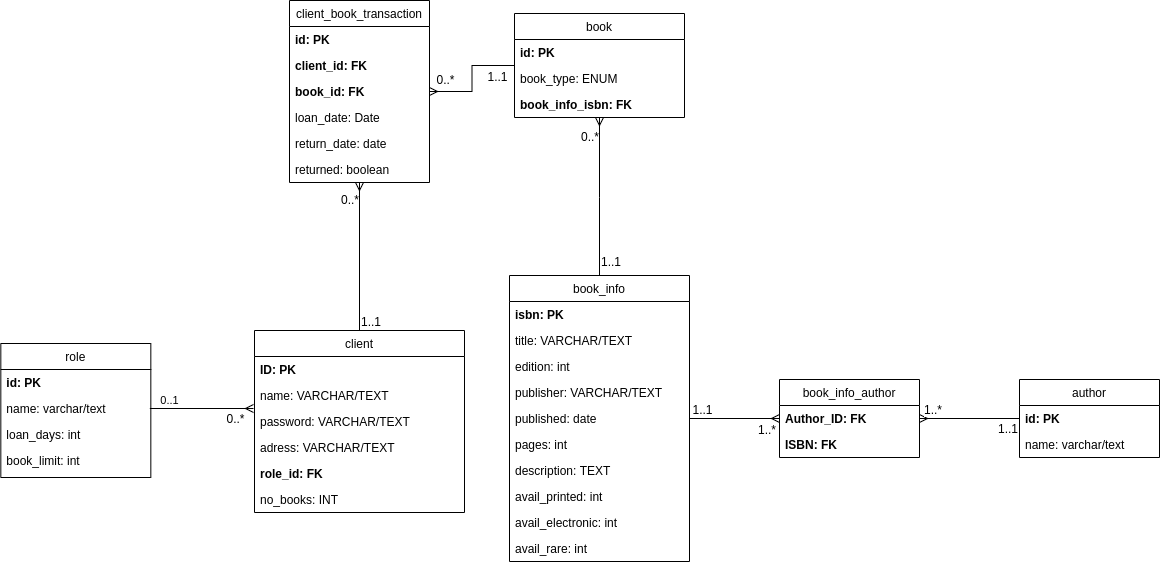
This is img/Mini_projekt_1_ER_Diagram.png from DBois/mini-project-1, a draw.io export, as it was before one commit. Source tidied: cells renumbered, new cells last; positions are measured from the earlier drawing's top-left corner, leaving out a move shared by most shapes. Source of this version:
```xml
<mxGraphModel>
  <root>
    <mxCell id="0" />
    <mxCell id="1" parent="0" />
    <mxCell id="2" style="edgeStyle=orthogonalEdgeStyle;rounded=0;jettySize=auto;html=1;endArrow=ERmany;endFill=0;" parent="1" edge="1" source="5" target="19">
      <mxGeometry relative="1" as="geometry" />
    </mxCell>
    <mxCell id="3" value="1..1" style="text;html=1;align=center;verticalAlign=middle;labelBackgroundColor=#ffffff;" parent="2" vertex="1">
      <mxGeometry x="-0.74" y="1" relative="1" as="geometry">
        <mxPoint y="-9" as="offset" />
      </mxGeometry>
    </mxCell>
    <mxCell id="4" value="1..*" style="text;html=1;align=right;verticalAlign=middle;labelBackgroundColor=#ffffff;" parent="2" vertex="1">
      <mxGeometry x="0.32" y="1" relative="1" as="geometry">
        <mxPoint x="28" y="11" as="offset" />
      </mxGeometry>
    </mxCell>
    <mxCell id="5" value="book_info" style="swimlane;fontStyle=0;horizontal=1;startSize=26;fillColor=none;" parent="1" vertex="1">
      <mxGeometry x="509" y="275" width="180" height="286" as="geometry" />
    </mxCell>
    <mxCell id="6" value="isbn: PK" style="text;strokeColor=none;fillColor=none;align=left;verticalAlign=top;spacingLeft=4;spacingRight=4;overflow=hidden;fontStyle=1;" parent="5" vertex="1">
      <mxGeometry y="26" width="180" height="26" as="geometry" />
    </mxCell>
    <mxCell id="7" value="title: VARCHAR/TEXT" style="text;strokeColor=none;fillColor=none;align=left;verticalAlign=top;spacingLeft=4;spacingRight=4;overflow=hidden;fontStyle=0;" parent="5" vertex="1">
      <mxGeometry y="52" width="180" height="26" as="geometry" />
    </mxCell>
    <mxCell id="8" value="edition: int" style="text;strokeColor=none;fillColor=none;align=left;verticalAlign=top;spacingLeft=4;spacingRight=4;overflow=hidden;fontStyle=0;" parent="5" vertex="1">
      <mxGeometry y="78" width="180" height="26" as="geometry" />
    </mxCell>
    <mxCell id="9" value="publisher: VARCHAR/TEXT" style="text;strokeColor=none;fillColor=none;align=left;verticalAlign=top;spacingLeft=4;spacingRight=4;overflow=hidden;fontStyle=0;" parent="5" vertex="1">
      <mxGeometry y="104" width="180" height="26" as="geometry" />
    </mxCell>
    <mxCell id="10" value="published: date" style="text;strokeColor=none;fillColor=none;align=left;verticalAlign=top;spacingLeft=4;spacingRight=4;overflow=hidden;fontStyle=0;" parent="5" vertex="1">
      <mxGeometry y="130" width="180" height="26" as="geometry" />
    </mxCell>
    <mxCell id="11" value="pages: int" style="text;strokeColor=none;fillColor=none;align=left;verticalAlign=top;spacingLeft=4;spacingRight=4;overflow=hidden;fontStyle=0;" parent="5" vertex="1">
      <mxGeometry y="156" width="180" height="26" as="geometry" />
    </mxCell>
    <mxCell id="12" value="description: TEXT" style="text;strokeColor=none;fillColor=none;align=left;verticalAlign=top;spacingLeft=4;spacingRight=4;overflow=hidden;fontStyle=0;" parent="5" vertex="1">
      <mxGeometry y="182" width="180" height="26" as="geometry" />
    </mxCell>
    <mxCell id="13" value="avail_printed: int" style="text;strokeColor=none;fillColor=none;align=left;verticalAlign=top;spacingLeft=4;spacingRight=4;overflow=hidden;fontStyle=0;" parent="5" vertex="1">
      <mxGeometry y="208" width="180" height="26" as="geometry" />
    </mxCell>
    <mxCell id="14" value="avail_electronic: int" style="text;strokeColor=none;fillColor=none;align=left;verticalAlign=top;spacingLeft=4;spacingRight=4;overflow=hidden;fontStyle=0;" parent="5" vertex="1">
      <mxGeometry y="234" width="180" height="26" as="geometry" />
    </mxCell>
    <mxCell id="15" value="avail_rare: int" style="text;strokeColor=none;fillColor=none;align=left;verticalAlign=top;spacingLeft=4;spacingRight=4;overflow=hidden;fontStyle=0;" parent="5" vertex="1">
      <mxGeometry y="260" width="180" height="26" as="geometry" />
    </mxCell>
    <mxCell id="16" style="edgeStyle=orthogonalEdgeStyle;rounded=0;jettySize=auto;html=1;endArrow=none;endFill=0;startArrow=ERmany;startFill=0;" parent="1" edge="1" source="19" target="22">
      <mxGeometry relative="1" as="geometry" />
    </mxCell>
    <mxCell id="17" value="1..*" style="text;html=1;align=left;verticalAlign=middle;labelBackgroundColor=#ffffff;" parent="16" vertex="1">
      <mxGeometry x="-0.64" relative="1" as="geometry">
        <mxPoint x="-15" y="-10" as="offset" />
      </mxGeometry>
    </mxCell>
    <mxCell id="18" value="1..1" style="text;html=1;align=right;verticalAlign=middle;labelBackgroundColor=#ffffff;" parent="16" vertex="1">
      <mxGeometry x="0.8" y="-2" relative="1" as="geometry">
        <mxPoint x="9" y="7" as="offset" />
      </mxGeometry>
    </mxCell>
    <mxCell id="19" value="book_info_author" style="swimlane;fontStyle=0;horizontal=1;startSize=26;fillColor=none;" parent="1" vertex="1">
      <mxGeometry x="779" y="379" width="140" height="78" as="geometry" />
    </mxCell>
    <mxCell id="20" value="Author_ID: FK" style="text;strokeColor=none;fillColor=none;align=left;verticalAlign=top;spacingLeft=4;spacingRight=4;overflow=hidden;fontStyle=1;" parent="19" vertex="1">
      <mxGeometry y="26" width="140" height="26" as="geometry" />
    </mxCell>
    <mxCell id="21" value="ISBN: FK" style="text;strokeColor=none;fillColor=none;align=left;verticalAlign=top;spacingLeft=4;spacingRight=4;overflow=hidden;fontStyle=1;" parent="19" vertex="1">
      <mxGeometry y="52" width="140" height="26" as="geometry" />
    </mxCell>
    <mxCell id="22" value="author" style="swimlane;fontStyle=0;horizontal=1;startSize=26;fillColor=none;" parent="1" vertex="1">
      <mxGeometry x="1019" y="379" width="140" height="78" as="geometry" />
    </mxCell>
    <mxCell id="23" value="id: PK" style="text;strokeColor=none;fillColor=none;align=left;verticalAlign=top;spacingLeft=4;spacingRight=4;overflow=hidden;fontStyle=1;" parent="22" vertex="1">
      <mxGeometry y="26" width="140" height="26" as="geometry" />
    </mxCell>
    <mxCell id="24" value="name: varchar/text" style="text;strokeColor=none;fillColor=none;align=left;verticalAlign=top;spacingLeft=4;spacingRight=4;overflow=hidden;fontStyle=0;" parent="22" vertex="1">
      <mxGeometry y="52" width="140" height="26" as="geometry" />
    </mxCell>
    <mxCell id="25" style="edgeStyle=orthogonalEdgeStyle;rounded=0;jettySize=auto;html=1;endArrow=none;endFill=0;startArrow=ERmany;startFill=0;" parent="1" edge="1" source="28" target="5">
      <mxGeometry relative="1" as="geometry">
        <Array as="points">
          <mxPoint x="599" y="197" />
          <mxPoint x="599" y="197" />
        </Array>
      </mxGeometry>
    </mxCell>
    <mxCell id="26" value="0..*" style="text;html=1;align=right;verticalAlign=middle;labelBackgroundColor=#ffffff;" parent="25" vertex="1">
      <mxGeometry x="-0.77" relative="1" as="geometry" />
    </mxCell>
    <mxCell id="27" value="1..1" style="text;html=1;align=left;verticalAlign=middle;labelBackgroundColor=#ffffff;" parent="25" vertex="1">
      <mxGeometry x="0.85" relative="1" as="geometry">
        <mxPoint y="-3" as="offset" />
      </mxGeometry>
    </mxCell>
    <mxCell id="28" value="book" style="swimlane;fontStyle=0;horizontal=1;startSize=26;fillColor=none;" parent="1" vertex="1">
      <mxGeometry x="514" y="13" width="170" height="104" as="geometry" />
    </mxCell>
    <mxCell id="29" value="id: PK" style="text;strokeColor=none;fillColor=none;align=left;verticalAlign=top;spacingLeft=4;spacingRight=4;overflow=hidden;fontStyle=1;" parent="28" vertex="1">
      <mxGeometry y="26" width="170" height="26" as="geometry" />
    </mxCell>
    <mxCell id="30" value="book_type: ENUM" style="text;strokeColor=none;fillColor=none;align=left;verticalAlign=top;spacingLeft=4;spacingRight=4;overflow=hidden;fontStyle=0;" parent="28" vertex="1">
      <mxGeometry y="52" width="170" height="26" as="geometry" />
    </mxCell>
    <mxCell id="31" value="book_info_isbn: FK" style="text;strokeColor=none;fillColor=none;align=left;verticalAlign=top;spacingLeft=4;spacingRight=4;overflow=hidden;fontStyle=1;" parent="28" vertex="1">
      <mxGeometry y="78" width="170" height="26" as="geometry" />
    </mxCell>
    <mxCell id="32" style="edgeStyle=orthogonalEdgeStyle;rounded=0;jettySize=auto;html=1;endArrow=ERmany;endFill=0;" parent="1" edge="1" source="35" target="52">
      <mxGeometry relative="1" as="geometry" />
    </mxCell>
    <mxCell id="33" value="0..*" style="text;html=1;align=right;verticalAlign=middle;labelBackgroundColor=#ffffff;" parent="32" vertex="1">
      <mxGeometry x="0.78" relative="1" as="geometry" />
    </mxCell>
    <mxCell id="34" value="1..1" style="text;html=1;align=left;verticalAlign=middle;labelBackgroundColor=#ffffff;" parent="32" vertex="1">
      <mxGeometry x="-0.86" relative="1" as="geometry" />
    </mxCell>
    <mxCell id="35" value="client" style="swimlane;fontStyle=0;horizontal=1;startSize=26;fillColor=none;" parent="1" vertex="1">
      <mxGeometry x="254" y="330" width="210" height="182" as="geometry" />
    </mxCell>
    <mxCell id="36" value="ID: PK" style="text;strokeColor=none;fillColor=none;align=left;verticalAlign=top;spacingLeft=4;spacingRight=4;overflow=hidden;fontStyle=1;" parent="35" vertex="1">
      <mxGeometry y="26" width="210" height="26" as="geometry" />
    </mxCell>
    <mxCell id="37" value="name: VARCHAR/TEXT" style="text;strokeColor=none;fillColor=none;align=left;verticalAlign=top;spacingLeft=4;spacingRight=4;overflow=hidden;fontStyle=0;" parent="35" vertex="1">
      <mxGeometry y="52" width="210" height="26" as="geometry" />
    </mxCell>
    <mxCell id="38" value="password: VARCHAR/TEXT&#10;" style="text;strokeColor=none;fillColor=none;align=left;verticalAlign=top;spacingLeft=4;spacingRight=4;overflow=hidden;fontStyle=0;" parent="35" vertex="1">
      <mxGeometry y="78" width="210" height="26" as="geometry" />
    </mxCell>
    <mxCell id="39" value="adress: VARCHAR/TEXT" style="text;strokeColor=none;fillColor=none;align=left;verticalAlign=top;spacingLeft=4;spacingRight=4;overflow=hidden;fontStyle=0;" parent="35" vertex="1">
      <mxGeometry y="104" width="210" height="26" as="geometry" />
    </mxCell>
    <mxCell id="40" value="role_id: FK" style="text;strokeColor=none;fillColor=none;align=left;verticalAlign=top;spacingLeft=4;spacingRight=4;overflow=hidden;fontStyle=1;" parent="35" vertex="1">
      <mxGeometry y="130" width="210" height="26" as="geometry" />
    </mxCell>
    <mxCell id="41" value="no_books: INT" style="text;strokeColor=none;fillColor=none;align=left;verticalAlign=top;spacingLeft=4;spacingRight=4;overflow=hidden;fontStyle=0;" parent="35" vertex="1">
      <mxGeometry y="156" width="210" height="26" as="geometry" />
    </mxCell>
    <mxCell id="42" value="0..1" style="edgeStyle=orthogonalEdgeStyle;rounded=0;orthogonalLoop=1;jettySize=auto;html=1;endArrow=ERmany;endFill=0;" parent="1" edge="1">
      <mxGeometry x="-0.62" y="8" relative="1" as="geometry">
        <mxPoint x="149.3" y="408" as="sourcePoint" />
        <mxPoint x="253" y="408" as="targetPoint" />
      </mxGeometry>
    </mxCell>
    <mxCell id="43" value="0..*" style="text;html=1;align=center;verticalAlign=middle;labelBackgroundColor=#ffffff;" parent="42" vertex="1">
      <mxGeometry x="0.65" y="2" relative="1" as="geometry">
        <mxPoint y="12" as="offset" />
      </mxGeometry>
    </mxCell>
    <mxCell id="44" value="role" style="swimlane;fontStyle=0;horizontal=1;startSize=26;fillColor=none;" parent="1" vertex="1">
      <mxGeometry x="0.3" y="343" width="150" height="134" as="geometry" />
    </mxCell>
    <mxCell id="45" value="id: PK" style="text;strokeColor=none;fillColor=none;align=left;verticalAlign=top;spacingLeft=4;spacingRight=4;overflow=hidden;fontStyle=1;" parent="44" vertex="1">
      <mxGeometry y="26" width="150" height="26" as="geometry" />
    </mxCell>
    <mxCell id="46" value="name: varchar/text" style="text;strokeColor=none;fillColor=none;align=left;verticalAlign=top;spacingLeft=4;spacingRight=4;overflow=hidden;fontStyle=0;" parent="44" vertex="1">
      <mxGeometry y="52" width="150" height="26" as="geometry" />
    </mxCell>
    <mxCell id="47" value="loan_days: int" style="text;strokeColor=none;fillColor=none;align=left;verticalAlign=top;spacingLeft=4;spacingRight=4;overflow=hidden;fontStyle=0;" parent="44" vertex="1">
      <mxGeometry y="78" width="150" height="26" as="geometry" />
    </mxCell>
    <mxCell id="48" value="book_limit: int" style="text;strokeColor=none;fillColor=none;align=left;verticalAlign=top;spacingLeft=4;spacingRight=4;overflow=hidden;fontStyle=0;" parent="44" vertex="1">
      <mxGeometry y="104" width="150" height="30" as="geometry" />
    </mxCell>
    <mxCell id="49" style="edgeStyle=orthogonalEdgeStyle;rounded=0;jettySize=auto;html=1;endArrow=none;endFill=0;startArrow=ERmany;startFill=0;" parent="1" edge="1" source="52" target="28">
      <mxGeometry relative="1" as="geometry" />
    </mxCell>
    <mxCell id="50" value="0..*" style="text;html=1;align=center;verticalAlign=middle;labelBackgroundColor=#ffffff;" parent="49" vertex="1">
      <mxGeometry x="-0.73" y="2" relative="1" as="geometry">
        <mxPoint y="-11" as="offset" />
      </mxGeometry>
    </mxCell>
    <mxCell id="51" value="1..1" style="text;html=1;align=center;verticalAlign=middle;labelBackgroundColor=#ffffff;" parent="49" vertex="1">
      <mxGeometry x="0.81" relative="1" as="geometry">
        <mxPoint x="-8" y="10" as="offset" />
      </mxGeometry>
    </mxCell>
    <mxCell id="52" value="client_book_transaction" style="swimlane;fontStyle=0;horizontal=1;startSize=26;fillColor=none;" parent="1" vertex="1">
      <mxGeometry x="289" width="140" height="182" as="geometry" />
    </mxCell>
    <mxCell id="53" value="id: PK" style="text;strokeColor=none;fillColor=none;align=left;verticalAlign=top;spacingLeft=4;spacingRight=4;overflow=hidden;fontStyle=1;" parent="52" vertex="1">
      <mxGeometry y="26" width="140" height="26" as="geometry" />
    </mxCell>
    <mxCell id="54" value="client_id: FK" style="text;strokeColor=none;fillColor=none;align=left;verticalAlign=top;spacingLeft=4;spacingRight=4;overflow=hidden;fontStyle=1;" parent="52" vertex="1">
      <mxGeometry y="52" width="140" height="26" as="geometry" />
    </mxCell>
    <mxCell id="55" value="book_id: FK" style="text;strokeColor=none;fillColor=none;align=left;verticalAlign=top;spacingLeft=4;spacingRight=4;overflow=hidden;fontStyle=1;" parent="52" vertex="1">
      <mxGeometry y="78" width="140" height="26" as="geometry" />
    </mxCell>
    <mxCell id="56" value="loan_date: Date" style="text;strokeColor=none;fillColor=none;align=left;verticalAlign=top;spacingLeft=4;spacingRight=4;overflow=hidden;fontStyle=0;" parent="52" vertex="1">
      <mxGeometry y="104" width="140" height="26" as="geometry" />
    </mxCell>
    <mxCell id="57" value="return_date: date" style="text;strokeColor=none;fillColor=none;align=left;verticalAlign=top;spacingLeft=4;spacingRight=4;overflow=hidden;fontStyle=0;" parent="52" vertex="1">
      <mxGeometry y="130" width="140" height="26" as="geometry" />
    </mxCell>
    <mxCell id="58" value="returned: boolean" style="text;strokeColor=none;fillColor=none;align=left;verticalAlign=top;spacingLeft=4;spacingRight=4;overflow=hidden;fontStyle=0;" parent="52" vertex="1">
      <mxGeometry y="156" width="140" height="26" as="geometry" />
    </mxCell>
  </root>
</mxGraphModel>
```
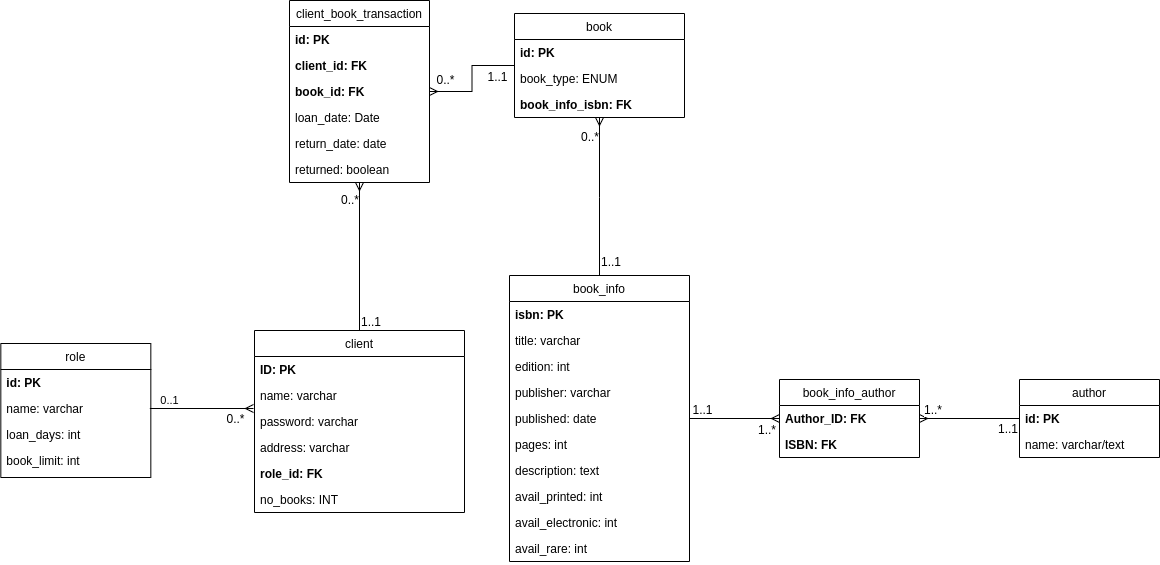
Above is the later version.

Commit message:
Fixed VARCHAR/TEXT strings to correct data type

Diff of the diagram source:
```diff
@@ -21,13 +21,13 @@
     <mxCell id="6" value="isbn: PK" style="text;strokeColor=none;fillColor=none;align=left;verticalAlign=top;spacingLeft=4;spacingRight=4;overflow=hidden;fontStyle=1;" parent="5" vertex="1">
       <mxGeometry y="26" width="180" height="26" as="geometry" />
     </mxCell>
-    <mxCell id="7" value="title: VARCHAR/TEXT" style="text;strokeColor=none;fillColor=none;align=left;verticalAlign=top;spacingLeft=4;spacingRight=4;overflow=hidden;fontStyle=0;" parent="5" vertex="1">
+    <mxCell id="7" value="title: varchar" style="text;strokeColor=none;fillColor=none;align=left;verticalAlign=top;spacingLeft=4;spacingRight=4;overflow=hidden;fontStyle=0;" parent="5" vertex="1">
       <mxGeometry y="52" width="180" height="26" as="geometry" />
     </mxCell>
     <mxCell id="8" value="edition: int" style="text;strokeColor=none;fillColor=none;align=left;verticalAlign=top;spacingLeft=4;spacingRight=4;overflow=hidden;fontStyle=0;" parent="5" vertex="1">
       <mxGeometry y="78" width="180" height="26" as="geometry" />
     </mxCell>
-    <mxCell id="9" value="publisher: VARCHAR/TEXT" style="text;strokeColor=none;fillColor=none;align=left;verticalAlign=top;spacingLeft=4;spacingRight=4;overflow=hidden;fontStyle=0;" parent="5" vertex="1">
+    <mxCell id="9" value="publisher: varchar" style="text;strokeColor=none;fillColor=none;align=left;verticalAlign=top;spacingLeft=4;spacingRight=4;overflow=hidden;fontStyle=0;" parent="5" vertex="1">
       <mxGeometry y="104" width="180" height="26" as="geometry" />
     </mxCell>
     <mxCell id="10" value="published: date" style="text;strokeColor=none;fillColor=none;align=left;verticalAlign=top;spacingLeft=4;spacingRight=4;overflow=hidden;fontStyle=0;" parent="5" vertex="1">
@@ -36,7 +36,7 @@
     <mxCell id="11" value="pages: int" style="text;strokeColor=none;fillColor=none;align=left;verticalAlign=top;spacingLeft=4;spacingRight=4;overflow=hidden;fontStyle=0;" parent="5" vertex="1">
       <mxGeometry y="156" width="180" height="26" as="geometry" />
     </mxCell>
-    <mxCell id="12" value="description: TEXT" style="text;strokeColor=none;fillColor=none;align=left;verticalAlign=top;spacingLeft=4;spacingRight=4;overflow=hidden;fontStyle=0;" parent="5" vertex="1">
+    <mxCell id="12" value="description: text" style="text;strokeColor=none;fillColor=none;align=left;verticalAlign=top;spacingLeft=4;spacingRight=4;overflow=hidden;fontStyle=0;" parent="5" vertex="1">
       <mxGeometry y="182" width="180" height="26" as="geometry" />
     </mxCell>
     <mxCell id="13" value="avail_printed: int" style="text;strokeColor=none;fillColor=none;align=left;verticalAlign=top;spacingLeft=4;spacingRight=4;overflow=hidden;fontStyle=0;" parent="5" vertex="1">
@@ -122,13 +122,13 @@
     <mxCell id="36" value="ID: PK" style="text;strokeColor=none;fillColor=none;align=left;verticalAlign=top;spacingLeft=4;spacingRight=4;overflow=hidden;fontStyle=1;" parent="35" vertex="1">
       <mxGeometry y="26" width="210" height="26" as="geometry" />
     </mxCell>
-    <mxCell id="37" value="name: VARCHAR/TEXT" style="text;strokeColor=none;fillColor=none;align=left;verticalAlign=top;spacingLeft=4;spacingRight=4;overflow=hidden;fontStyle=0;" parent="35" vertex="1">
+    <mxCell id="37" value="name: varchar" style="text;strokeColor=none;fillColor=none;align=left;verticalAlign=top;spacingLeft=4;spacingRight=4;overflow=hidden;fontStyle=0;" parent="35" vertex="1">
       <mxGeometry y="52" width="210" height="26" as="geometry" />
     </mxCell>
-    <mxCell id="38" value="password: VARCHAR/TEXT&#10;" style="text;strokeColor=none;fillColor=none;align=left;verticalAlign=top;spacingLeft=4;spacingRight=4;overflow=hidden;fontStyle=0;" parent="35" vertex="1">
+    <mxCell id="38" value="password: varchar&#10;" style="text;strokeColor=none;fillColor=none;align=left;verticalAlign=top;spacingLeft=4;spacingRight=4;overflow=hidden;fontStyle=0;" parent="35" vertex="1">
       <mxGeometry y="78" width="210" height="26" as="geometry" />
     </mxCell>
-    <mxCell id="39" value="adress: VARCHAR/TEXT" style="text;strokeColor=none;fillColor=none;align=left;verticalAlign=top;spacingLeft=4;spacingRight=4;overflow=hidden;fontStyle=0;" parent="35" vertex="1">
+    <mxCell id="39" value="address: varchar" style="text;strokeColor=none;fillColor=none;align=left;verticalAlign=top;spacingLeft=4;spacingRight=4;overflow=hidden;fontStyle=0;" parent="35" vertex="1">
       <mxGeometry y="104" width="210" height="26" as="geometry" />
     </mxCell>
     <mxCell id="40" value="role_id: FK" style="text;strokeColor=none;fillColor=none;align=left;verticalAlign=top;spacingLeft=4;spacingRight=4;overflow=hidden;fontStyle=1;" parent="35" vertex="1">
@@ -154,7 +154,7 @@
     <mxCell id="45" value="id: PK" style="text;strokeColor=none;fillColor=none;align=left;verticalAlign=top;spacingLeft=4;spacingRight=4;overflow=hidden;fontStyle=1;" parent="44" vertex="1">
       <mxGeometry y="26" width="150" height="26" as="geometry" />
     </mxCell>
-    <mxCell id="46" value="name: varchar/text" style="text;strokeColor=none;fillColor=none;align=left;verticalAlign=top;spacingLeft=4;spacingRight=4;overflow=hidden;fontStyle=0;" parent="44" vertex="1">
+    <mxCell id="46" value="name: varchar" style="text;strokeColor=none;fillColor=none;align=left;verticalAlign=top;spacingLeft=4;spacingRight=4;overflow=hidden;fontStyle=0;" parent="44" vertex="1">
       <mxGeometry y="52" width="150" height="26" as="geometry" />
     </mxCell>
     <mxCell id="47" value="loan_days: int" style="text;strokeColor=none;fillColor=none;align=left;verticalAlign=top;spacingLeft=4;spacingRight=4;overflow=hidden;fontStyle=0;" parent="44" vertex="1">
```
